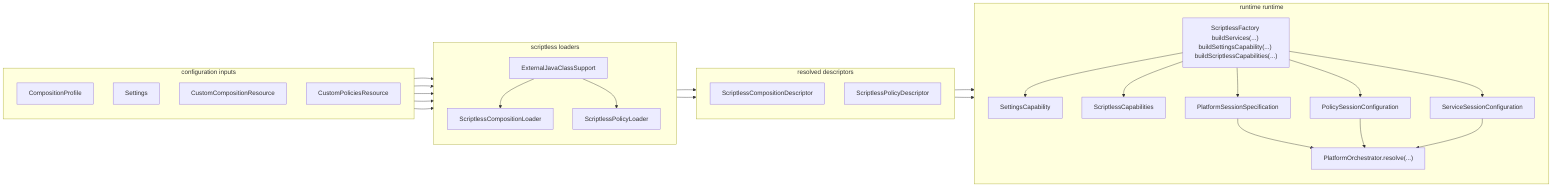
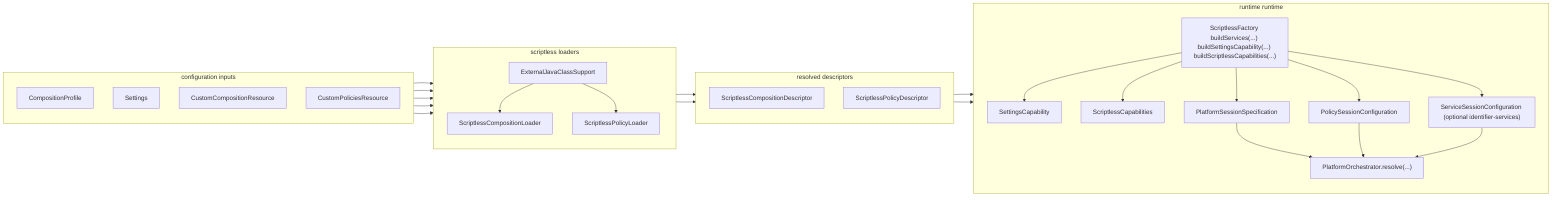
flowchart LR

    subgraph Inputs["configuration inputs"]
        direction TB
        CompositionProfile["CompositionProfile"]
        Settings["Settings"]
        CompositionResource["CustomCompositionResource"]
        PoliciesResource["CustomPoliciesResource"]
    end

    subgraph Loaders["scriptless loaders"]
        direction TB
        CompositionLoader["ScriptlessCompositionLoader"]
        PolicyLoader["ScriptlessPolicyLoader"]
        ExternalJava["ExternalJavaClassSupport"]
    end

    subgraph Descriptors["resolved descriptors"]
        direction TB
        CompositionDescriptor["ScriptlessCompositionDescriptor"]
        PolicyDescriptor["ScriptlessPolicyDescriptor"]
    end

    subgraph Consumers["runtime runtime"]
        direction TB
        ScriptlessFactory["ScriptlessFactory buildServices(...) buildSettingsCapability(...) buildScriptlessCapabilities(...)"]
        SettingsCapability["SettingsCapability"]
        ScriptlessCapabilities["ScriptlessCapabilities"]
        PlatformSessionSpecification["PlatformSessionSpecification"]
        PolicyConfiguration["PolicySessionConfiguration"]
-         ServiceConfiguration["ServiceSessionConfiguration"]
+         ServiceConfiguration["ServiceSessionConfiguration (optional identifier-services)"]
        PlatformOrchestrator["PlatformOrchestrator.resolve(...)"]
    end

    Settings --> CompositionLoader
    Settings --> PolicyLoader
    CompositionProfile --> CompositionLoader
    CompositionResource --> ExternalJava
    PoliciesResource --> ExternalJava

    CompositionLoader --> CompositionDescriptor
    PolicyLoader --> PolicyDescriptor

    CompositionDescriptor --> ScriptlessFactory
    PolicyDescriptor --> ScriptlessFactory

    ExternalJava --> CompositionLoader
    ExternalJava --> PolicyLoader

    ScriptlessFactory --> SettingsCapability
    ScriptlessFactory --> ScriptlessCapabilities
    ScriptlessFactory --> PlatformSessionSpecification
    ScriptlessFactory --> PolicyConfiguration
    ScriptlessFactory --> ServiceConfiguration

    PlatformSessionSpecification --> PlatformOrchestrator
    PolicyConfiguration --> PlatformOrchestrator
    ServiceConfiguration --> PlatformOrchestrator
